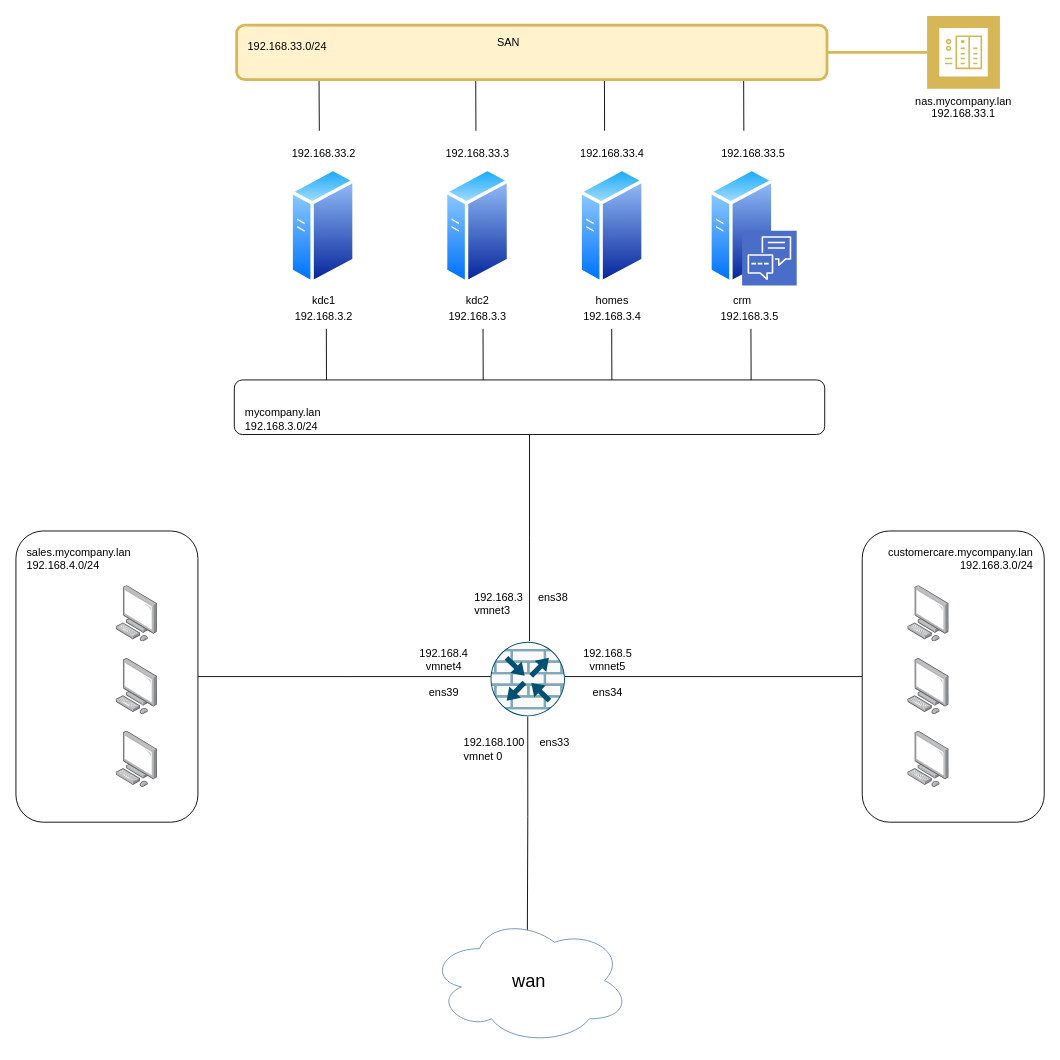
Above: schema.drawio in nicolamarizza/LasProject (draw.io), before the change. Source tidied: cells renumbered, new cells numbered last; positions are measured from the earlier drawing's top-left corner, leaving out a move shared by most shapes. Both pictures are drawn from the tidied source at 91%, with x=0, y=0 at pixel (15, 15).
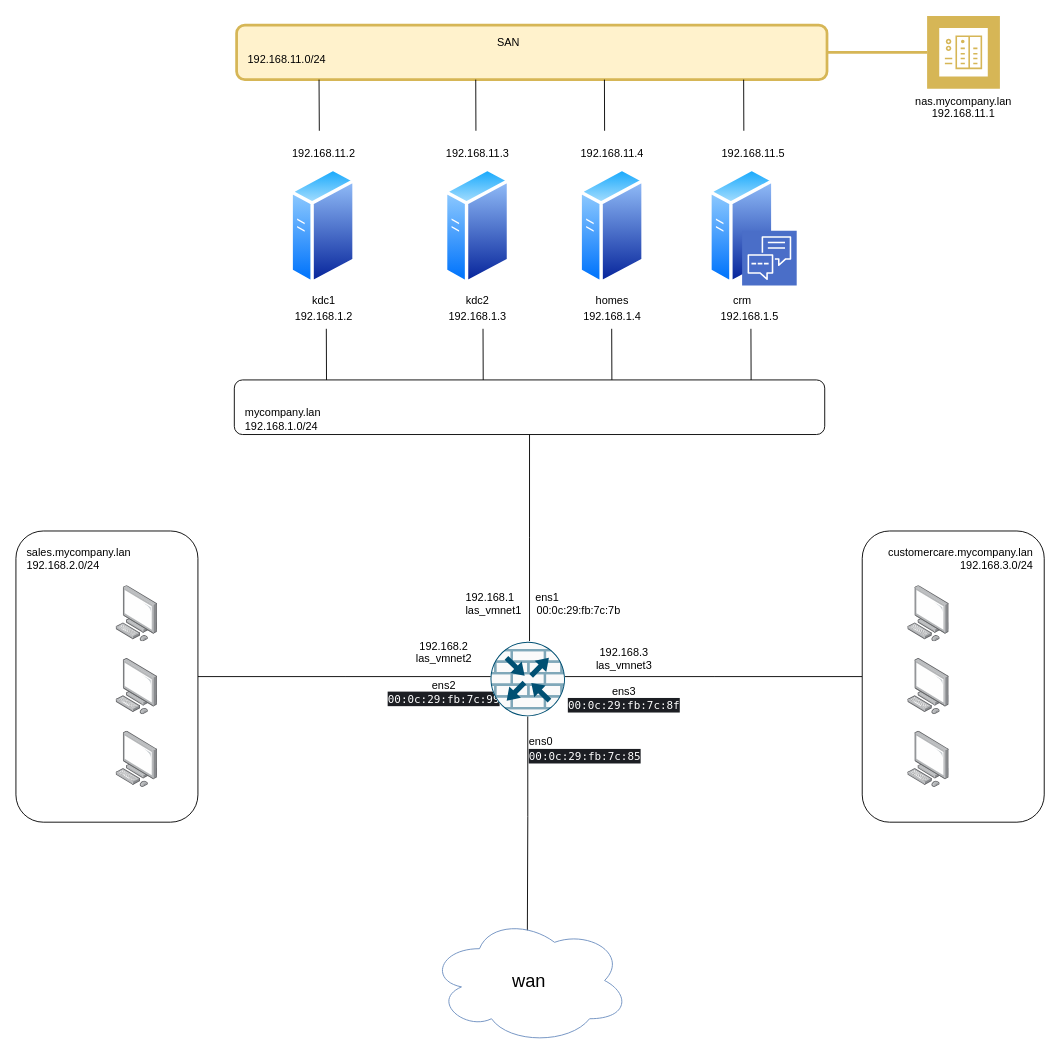
The same page after the edit.

Unchanged cells that the change refers to:
```xml
<mxCell id="29" style="group;" parent="1" vertex="1">
  <mxGeometry x="761.3" y="136.2" width="96.7" height="210" as="geometry" />
</mxCell>
<mxCell id="35" style="group;" parent="1" vertex="1">
  <mxGeometry x="292.5" y="136.2" width="90" height="210" as="geometry" />
</mxCell>
<mxCell id="39" style="group;" parent="1" vertex="1">
  <mxGeometry x="610.1" y="136.2" width="90" height="210" as="geometry" />
</mxCell>
<mxCell id="46" style="group;" parent="1" vertex="1">
  <mxGeometry x="462.2" y="136.2" width="90" height="210" as="geometry" />
</mxCell>
```

What changed in the source:
```diff
@@
+    <mxCell id="7" style="group;fontColor=#000000;align=right;" parent="1" vertex="1">
+      <mxGeometry x="242.5" y="10" width="648.8" height="60" as="geometry" />
+    </mxCell>
+    <mxCell id="8" value="&lt;div style=&quot;text-align: center;&quot;&gt;&lt;/div&gt;&lt;font color=&quot;#000000&quot;&gt;&lt;div style=&quot;&quot;&gt;&lt;/div&gt;&lt;br&gt;192.168.11.0/24&lt;/font&gt;" style="rounded=1;whiteSpace=wrap;html=1;align=left;verticalAlign=top;spacingTop=10;spacingLeft=10;fillColor=#fff2cc;strokeColor=#d6b656;strokeWidth=3;" parent="7" vertex="1">
+      <mxGeometry width="648.8" height="60" as="geometry" />
+    </mxCell>
+    <mxCell id="9" value="&lt;font color=&quot;#000000&quot;&gt;SAN&lt;/font&gt;" style="text;html=1;align=center;verticalAlign=middle;strokeColor=none;fillColor=none;" parent="7" vertex="1">
+      <mxGeometry x="273.9" y="4.6" width="50" height="30" as="geometry" />
+    </mxCell>
@@
-    <mxCell id="7" style="group;" parent="1" vertex="1">
-      <mxGeometry x="242.5" y="10" width="648.8" height="60" as="geometry" />
-    </mxCell>
-    <mxCell id="8" value="192.168.33.0/24" style="rounded=1;whiteSpace=wrap;html=1;align=left;verticalAlign=top;spacingTop=10;spacingLeft=10;fillColor=#fff2cc;strokeColor=#d6b656;strokeWidth=3;" parent="7" vertex="1">
-      <mxGeometry width="648.8" height="60" as="geometry" />
-    </mxCell>
-    <mxCell id="9" value="SAN" style="text;html=1;align=center;verticalAlign=middle;strokeColor=none;fillColor=none;" parent="7" vertex="1">
-      <mxGeometry x="273.9" y="4.6" width="50" height="30" as="geometry" />
-    </mxCell>
@@
-    <mxCell id="12" value="&lt;span style=&quot;text-align: center;&quot;&gt;mycompany.lan&lt;br&gt;192.168.3.0/24&lt;/span&gt;" style="rounded=1;whiteSpace=wrap;html=1;align=left;verticalAlign=bottom;spacingTop=10;spacingLeft=10;" parent="1" vertex="1">
+    <mxCell id="12" value="&lt;span style=&quot;text-align: center;&quot;&gt;mycompany.lan&lt;br&gt;192.168.1.0/24&lt;/span&gt;" style="rounded=1;whiteSpace=wrap;html=1;align=left;verticalAlign=bottom;spacingTop=10;spacingLeft=10;" parent="1" vertex="1">
       <mxGeometry x="240" y="400" width="648.8" height="60" as="geometry" />
     </mxCell>
@@
-    <mxCell id="16" value="sales.mycompany.lan&lt;br&gt;&lt;span style=&quot;text-align: center;&quot;&gt;192.168.4.0/24&lt;/span&gt;" style="rounded=1;whiteSpace=wrap;html=1;align=left;verticalAlign=top;spacingTop=10;spacingLeft=10;" parent="1" vertex="1">
+    <mxCell id="16" value="sales.mycompany.lan&lt;br&gt;&lt;span style=&quot;text-align: center;&quot;&gt;192.168.2.0/24&lt;/span&gt;" style="rounded=1;whiteSpace=wrap;html=1;align=left;verticalAlign=top;spacingTop=10;spacingLeft=10;" parent="1" vertex="1">
       <mxGeometry y="566" width="200" height="320" as="geometry" />
     </mxCell>
@@
-    <mxCell id="24" value="192.168.4&lt;br&gt;vmnet4&lt;br&gt;&lt;br&gt;ens39" style="text;html=1;align=center;verticalAlign=middle;strokeColor=none;fillColor=none;" parent="1" vertex="1">
-      <mxGeometry x="430" y="687" width="80" height="70" as="geometry" />
+    <mxCell id="24" value="192.168.2&lt;br&gt;las_vmnet2&lt;br&gt;&lt;br&gt;ens2&lt;br&gt;&lt;div style=&quot;color: rgb(255, 255, 255); background-color: rgb(28, 30, 35); font-family: &amp;quot;Ubuntu Mono&amp;quot;, &amp;quot;Droid Sans Mono&amp;quot;, &amp;quot;monospace&amp;quot;, monospace, &amp;quot;Droid Sans Fallback&amp;quot;; line-height: 16px;&quot;&gt;&lt;div style=&quot;line-height: 16px;&quot;&gt;00:0c:29:fb:7c:99&lt;/div&gt;&lt;/div&gt;" style="text;html=1;align=center;verticalAlign=middle;strokeColor=none;fillColor=none;" parent="1" vertex="1">
+      <mxGeometry x="405" y="677" width="130" height="90" as="geometry" />
     </mxCell>
-    <mxCell id="25" value="&lt;div style=&quot;text-align: left;&quot;&gt;&lt;span style=&quot;background-color: initial;&quot;&gt;192.168.3&amp;nbsp; &amp;nbsp; &amp;nbsp;ens38&lt;/span&gt;&lt;/div&gt;&lt;div style=&quot;text-align: left;&quot;&gt;&lt;span style=&quot;background-color: initial;&quot;&gt;vmnet3&lt;/span&gt;&lt;/div&gt;" style="text;html=1;align=center;verticalAlign=middle;strokeColor=none;fillColor=none;" parent="1" vertex="1">
-      <mxGeometry x="490" y="626" width="130" height="40" as="geometry" />
+    <mxCell id="25" value="&lt;div style=&quot;text-align: left;&quot;&gt;&lt;span style=&quot;background-color: initial;&quot;&gt;192.168.1&amp;nbsp; &amp;nbsp; &amp;nbsp; &amp;nbsp;ens1&lt;/span&gt;&lt;/div&gt;&lt;div style=&quot;text-align: left;&quot;&gt;&lt;span style=&quot;background-color: initial;&quot;&gt;las_vmnet1&amp;nbsp; &amp;nbsp; &amp;nbsp;&lt;/span&gt;00:0c:29:fb:7c:7b&lt;/div&gt;" style="text;html=1;align=center;verticalAlign=middle;strokeColor=none;fillColor=none;" parent="1" vertex="1">
+      <mxGeometry x="484.4" y="626" width="190" height="40" as="geometry" />
     </mxCell>
-    <mxCell id="26" value="192.168.5&lt;br&gt;vmnet5&lt;br&gt;&lt;br&gt;ens34" style="text;html=1;align=center;verticalAlign=middle;strokeColor=none;fillColor=none;" parent="1" vertex="1">
-      <mxGeometry x="610.1" y="687" width="80" height="70" as="geometry" />
+    <mxCell id="26" value="192.168.3&lt;br&gt;las_vmnet3&lt;br&gt;&lt;br&gt;ens3&lt;br&gt;&lt;div style=&quot;color: rgb(255, 255, 255); background-color: rgb(28, 30, 35); font-family: &amp;quot;Ubuntu Mono&amp;quot;, &amp;quot;Droid Sans Mono&amp;quot;, &amp;quot;monospace&amp;quot;, monospace, &amp;quot;Droid Sans Fallback&amp;quot;; line-height: 16px;&quot;&gt;&lt;div style=&quot;line-height: 16px;&quot;&gt;00:0c:29:fb:7c:8f&lt;/div&gt;&lt;/div&gt;" style="text;html=1;align=center;verticalAlign=middle;strokeColor=none;fillColor=none;" parent="1" vertex="1">
+      <mxGeometry x="603.4" y="683.8" width="130" height="90" as="geometry" />
     </mxCell>
-    <mxCell id="27" value="nas.mycompany.lan&lt;br&gt;192.168.33.1" style="sketch=0;shadow=0;dashed=0;html=1;strokeColor=#D6B656;fillColor=#D6B656;labelPosition=center;verticalLabelPosition=bottom;verticalAlign=top;align=center;outlineConnect=0;shape=mxgraph.veeam2.nas_backup;" parent="1" vertex="1">
+    <mxCell id="27" value="nas.mycompany.lan&lt;br&gt;192.168.11.1" style="sketch=0;shadow=0;dashed=0;html=1;strokeColor=#D6B656;fillColor=#D6B656;labelPosition=center;verticalLabelPosition=bottom;verticalAlign=top;align=center;outlineConnect=0;shape=mxgraph.veeam2.nas_backup;" parent="1" vertex="1">
       <mxGeometry x="1001.3" width="80" height="80" as="geometry" />
     </mxCell>
-    <mxCell id="28" value="&lt;div style=&quot;text-align: left;&quot;&gt;&lt;span style=&quot;background-color: initial;&quot;&gt;192.168.100&amp;nbsp; &amp;nbsp; &amp;nbsp;ens33&lt;/span&gt;&lt;/div&gt;&lt;div style=&quot;text-align: left;&quot;&gt;&lt;span style=&quot;background-color: initial;&quot;&gt;vmnet 0&lt;/span&gt;&lt;/div&gt;" style="text;html=1;align=center;verticalAlign=middle;strokeColor=none;fillColor=none;" parent="1" vertex="1">
-      <mxGeometry x="480" y="786" width="140" height="40" as="geometry" />
+    <mxCell id="28" value="&lt;div style=&quot;text-align: left;&quot;&gt;&lt;span style=&quot;background-color: initial;&quot;&gt;ens0&lt;/span&gt;&lt;/div&gt;&lt;div style=&quot;text-align: left;&quot;&gt;&lt;div style=&quot;color: rgb(255, 255, 255); background-color: rgb(28, 30, 35); font-family: &amp;quot;Ubuntu Mono&amp;quot;, &amp;quot;Droid Sans Mono&amp;quot;, &amp;quot;monospace&amp;quot;, monospace, &amp;quot;Droid Sans Fallback&amp;quot;; line-height: 16px;&quot;&gt; 00:0c:29:fb:7c:85&lt;/div&gt;&lt;/div&gt;" style="text;html=1;align=center;verticalAlign=middle;strokeColor=none;fillColor=none;" parent="1" vertex="1">
+      <mxGeometry x="560.1" y="786" width="130" height="40" as="geometry" />
     </mxCell>
@@
-    <mxCell id="30" value="192.168.33.5" style="text;html=1;align=center;verticalAlign=middle;strokeColor=none;fillColor=none;" parent="29" vertex="1">
+    <mxCell id="30" value="192.168.11.5" style="text;html=1;align=center;verticalAlign=middle;strokeColor=none;fillColor=none;" parent="29" vertex="1">
       <mxGeometry x="3.3" width="90" height="30" as="geometry" />
     </mxCell>
@@
-    <mxCell id="34" value="192.168.3.5" style="text;html=1;align=center;verticalAlign=middle;strokeColor=none;fillColor=none;" parent="29" vertex="1">
+    <mxCell id="34" value="192.168.1.5" style="text;html=1;align=center;verticalAlign=middle;strokeColor=none;fillColor=none;" parent="29" vertex="1">
       <mxGeometry y="180" width="90" height="30" as="geometry" />
     </mxCell>
@@
-    <mxCell id="37" value="192.168.33.2" style="text;html=1;align=center;verticalAlign=middle;strokeColor=none;fillColor=none;" parent="35" vertex="1">
+    <mxCell id="37" value="192.168.11.2" style="text;html=1;align=center;verticalAlign=middle;strokeColor=none;fillColor=none;" parent="35" vertex="1">
       <mxGeometry width="90" height="30" as="geometry" />
     </mxCell>
-    <mxCell id="38" value="192.168.3.2" style="text;html=1;align=center;verticalAlign=middle;strokeColor=none;fillColor=none;" parent="35" vertex="1">
+    <mxCell id="38" value="192.168.1.2" style="text;html=1;align=center;verticalAlign=middle;strokeColor=none;fillColor=none;" parent="35" vertex="1">
       <mxGeometry y="180" width="90" height="30" as="geometry" />
     </mxCell>
@@
-    <mxCell id="41" value="192.168.33.4" style="text;html=1;align=center;verticalAlign=middle;strokeColor=none;fillColor=none;" parent="39" vertex="1">
+    <mxCell id="41" value="192.168.11.4" style="text;html=1;align=center;verticalAlign=middle;strokeColor=none;fillColor=none;" parent="39" vertex="1">
       <mxGeometry width="90" height="30" as="geometry" />
     </mxCell>
-    <mxCell id="42" value="192.168.3.4" style="text;html=1;align=center;verticalAlign=middle;strokeColor=none;fillColor=none;" parent="39" vertex="1">
+    <mxCell id="42" value="192.168.1.4" style="text;html=1;align=center;verticalAlign=middle;strokeColor=none;fillColor=none;" parent="39" vertex="1">
       <mxGeometry y="180" width="90" height="30" as="geometry" />
     </mxCell>
@@
-    <mxCell id="48" value="192.168.33.3" style="text;html=1;align=center;verticalAlign=middle;strokeColor=none;fillColor=none;" parent="46" vertex="1">
+    <mxCell id="48" value="192.168.11.3" style="text;html=1;align=center;verticalAlign=middle;strokeColor=none;fillColor=none;" parent="46" vertex="1">
       <mxGeometry width="90" height="30" as="geometry" />
     </mxCell>
-    <mxCell id="49" value="192.168.3.3" style="text;html=1;align=center;verticalAlign=middle;strokeColor=none;fillColor=none;" parent="46" vertex="1">
+    <mxCell id="49" value="192.168.1.3" style="text;html=1;align=center;verticalAlign=middle;strokeColor=none;fillColor=none;" parent="46" vertex="1">
       <mxGeometry y="180" width="90" height="30" as="geometry" />
     </mxCell>
```
